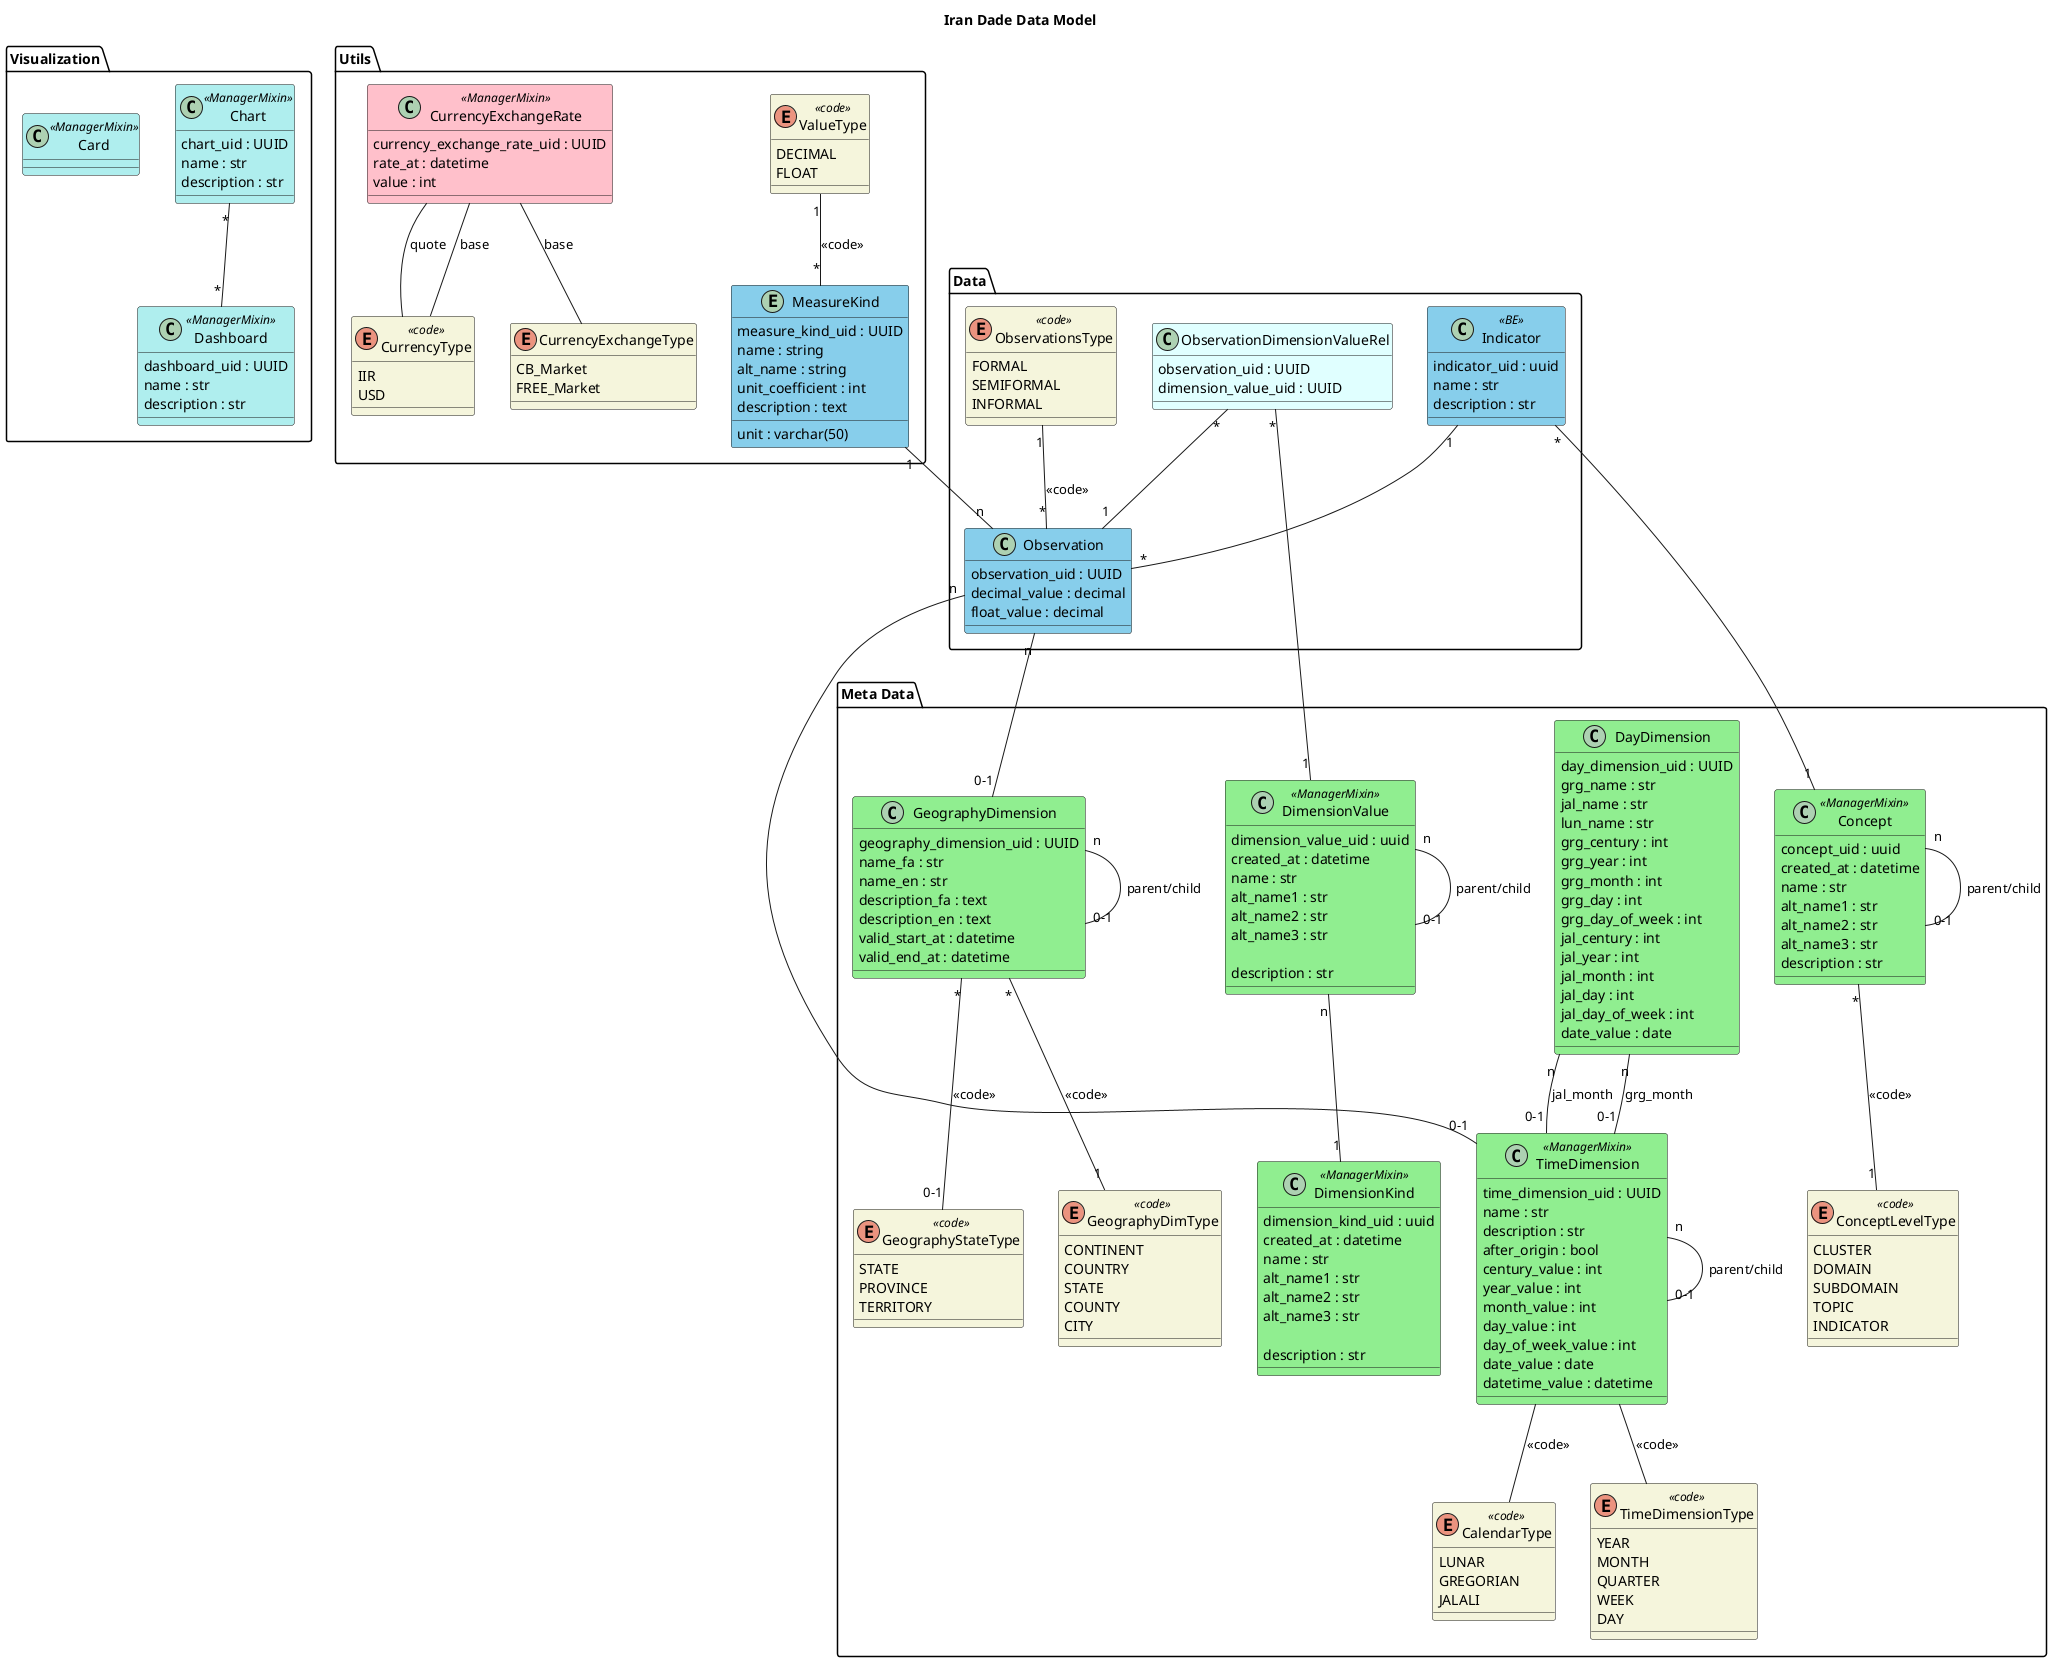
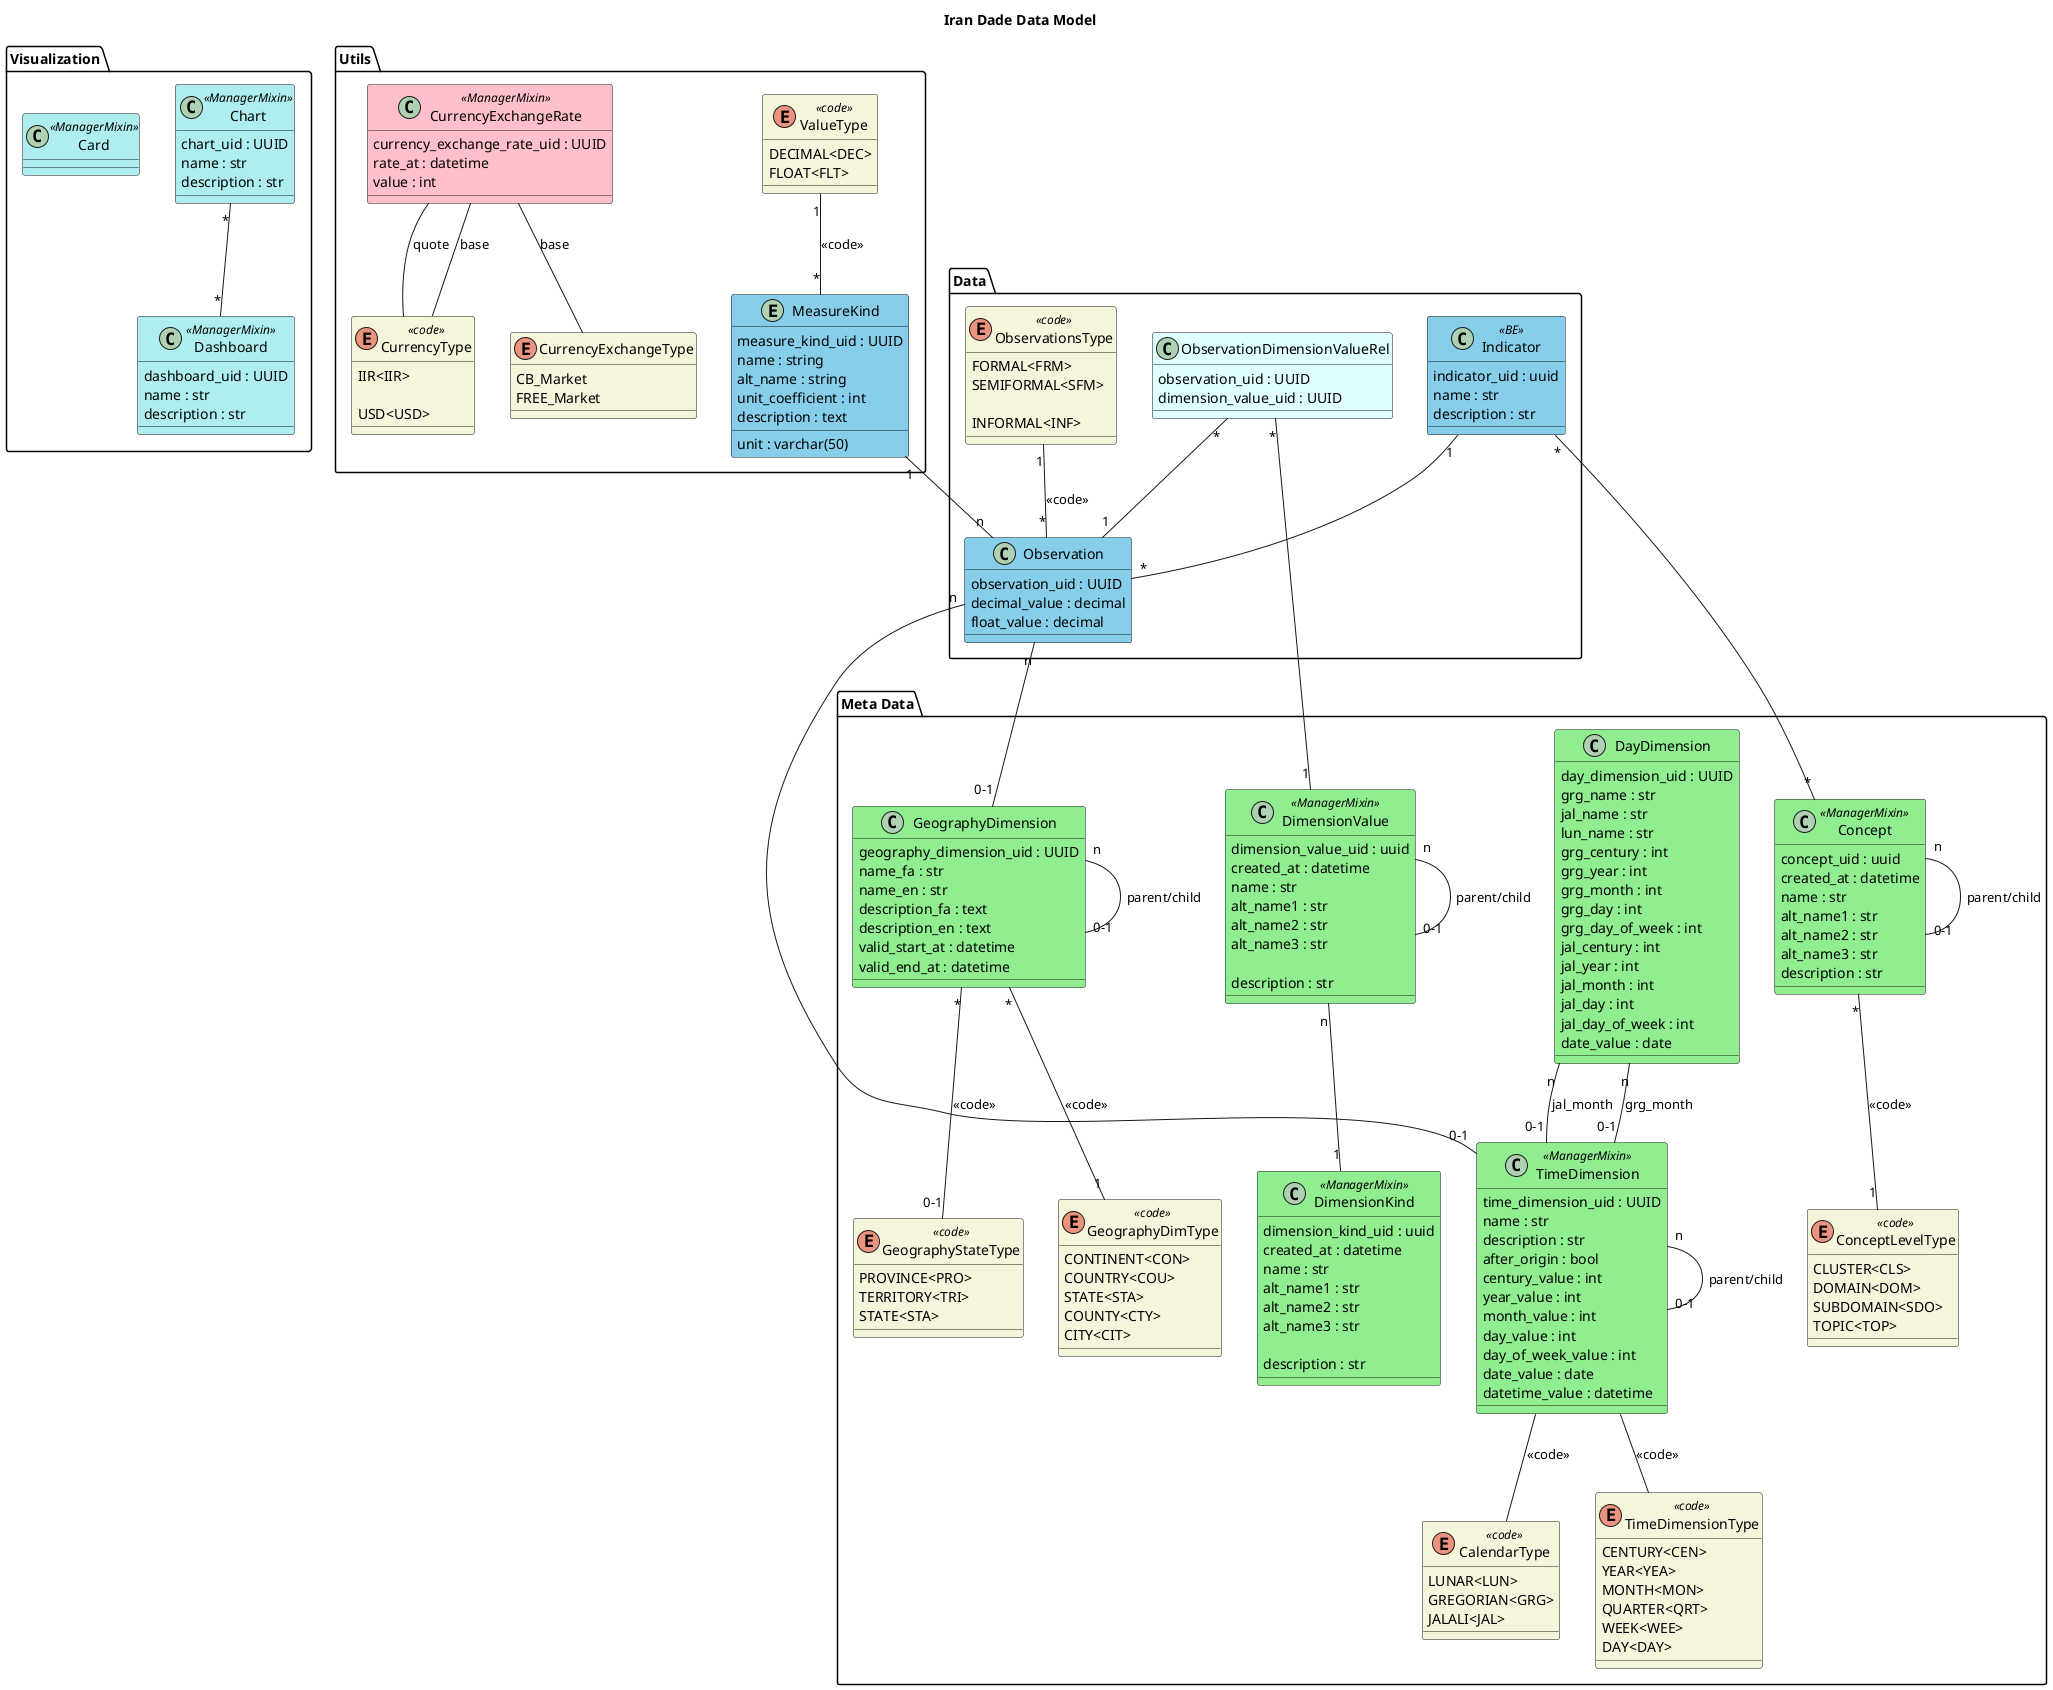
@startuml
title Iran Dade Data Model


package "Visualization" as visualization_package{

    class Chart  <<ManagerMixin>> #paleturquoise{
        chart_uid : UUID
        name : str
        description : str
    }

    class Dashboard  <<ManagerMixin>> #paleturquoise{
        dashboard_uid : UUID
        name : str
        description : str
    }

    class Card <<ManagerMixin>> #paleturquoise{

    }

    Chart "*" -- "*" Dashboard
}




package Utils{
' Kind of measure used for observation
    entity MeasureKind  #skyblue {
      measure_kind_uid : UUID
      name : string
      alt_name : string
      unit : varchar(50)
      unit_coefficient : int
      description : text
    }



    enum   CurrencyType <<code>> #beige{
-         IIR
-         USD
+         IIR<IIR>
+ 
+         USD<USD>
+ 

    }




    enum ValueType <<code>> #beige{
-       DECIMAL
-       FLOAT
+        DECIMAL<DEC>
+        FLOAT<FLT>
+ 
    }


    MeasureKind "*"-up-"1" ValueType : <<code>>

    enum   CurrencyExchangeType #beige{
        CB_Market
        FREE_Market

    }
    class CurrencyExchangeRate <<ManagerMixin>>  #pink{
        currency_exchange_rate_uid : UUID
        rate_at : datetime
        value : int

    }

    CurrencyExchangeRate -- CurrencyExchangeType : base
    CurrencyExchangeRate -- CurrencyType : base
    CurrencyExchangeRate -- CurrencyType : quote

}



package "Meta Data" as metadata_package{

    class GeographyDimension #lightgreen{
        geography_dimension_uid : UUID
        name_fa : str
        name_en : str
        description_fa : text
        description_en : text
        valid_start_at : datetime
        valid_end_at : datetime
    }

    enum GeographyStateType <<code>> #beige{
-         STATE
-         PROVINCE
-         TERRITORY
+         PROVINCE<PRO>
+         TERRITORY<TRI>
+         STATE<STA>
+ 

    }
    enum GeographyDimType <<code>> #beige{
-         CONTINENT
-         COUNTRY
-         STATE
-         COUNTY
-         CITY
+ 
+         CONTINENT<CON>
+         COUNTRY<COU>
+         STATE<STA>
+         COUNTY<CTY>
+         CITY<CIT>
    }

    GeographyDimension "*"--"1" GeographyDimType : <<code>>
    GeographyDimension "*"--"0-1" GeographyStateType : <<code>>

    GeographyDimension "n"--"0-1" GeographyDimension : parent/child

    class TimeDimension  <<ManagerMixin>> #lightgreen{
        time_dimension_uid : UUID
        name : str
        description : str
        after_origin : bool
        century_value : int
        year_value : int
        month_value : int
        day_value : int
        day_of_week_value : int
        date_value : date
        datetime_value : datetime
    }

    TimeDimension "n"--"0-1" TimeDimension : parent/child

    class DayDimension #lightgreen{
        day_dimension_uid : UUID
        grg_name : str
        jal_name : str
        lun_name : str
        grg_century : int
        grg_year : int
        grg_month : int
        grg_day : int
        grg_day_of_week : int
        jal_century : int
        jal_year : int
        jal_month : int
        jal_day : int
        jal_day_of_week : int
        date_value : date
    }

DayDimension "n" -- "0-1" TimeDimension : grg_month
DayDimension "n" -- "0-1" TimeDimension : jal_month

    enum CalendarType <<code>> #beige{
-         LUNAR
-         GREGORIAN
-         JALALI
+ 
+         LUNAR<LUN>
+         GREGORIAN<GRG>
+         JALALI<JAL>
+ 
    }

    TimeDimension -- CalendarType : <<code>>
    enum TimeDimensionType <<code>> #beige{
-         YEAR
-         MONTH
-         QUARTER
-         WEEK
-         DAY
+ 
+ 
+         CENTURY<CEN>
+         YEAR<YEA>
+         MONTH<MON>
+         QUARTER<QRT>
+         WEEK<WEE>
+         DAY<DAY>

    }





    TimeDimension -- TimeDimensionType : <<code>>


    enum ConceptLevelType <<code>> #beige{
-         CLUSTER
-         DOMAIN
-         SUBDOMAIN
-         TOPIC
-         INDICATOR
- 
-     }
- 
- 
+         CLUSTER<CLS>
+         DOMAIN<DOM>
+         SUBDOMAIN<SDO>
+         TOPIC<TOP>
+ 
+ 
+     }
+ 
+     ' Concept
+     ' A conceptual topic or subject area used to organize knowledge.
+     ' Concepts represent what is being studied or analyzed
+     ' levels are in ConceptLevelType
+     ' (e.g., Inflation, Unemployment, GDP, Poverty).
    class Concept  <<ManagerMixin>> #lightgreen{
        concept_uid : uuid
        created_at : datetime
        name : str
        alt_name1 : str
        alt_name2 : str
        alt_name3 : str
        description : str
    }

    Concept "*"--"1" ConceptLevelType : <<code>>

    Concept "n"--"0-1" Concept : parent/child

+     ' Dimension Kind
+     ' Defines a classification axis used to segment or analyze
+     ' measures.
+     ' Time  Dimensions exceptionally managed in DayDimension,TimeDimension
+     ' Geography  Dimensions exceptionally managed in GeographyDimension
+     ' Dimension kinds describe the type of breakdown, such as:
+     ' - Gender
+     ' - Age Group
+ 

    class DimensionKind  <<ManagerMixin>> #lightgreen{
        dimension_kind_uid : uuid
        created_at : datetime
        name : str
        alt_name1 : str
        alt_name2 : str
        alt_name3 : str

        description : str
    }


- 
+     ' Dimension Value
+     ' A specific member of a dimension kind.
+     '
+     ' Dimension values provide the actual category used in a
+     ' measure breakdown.
+     '
+     ' Examples:
+     ' Dimension Kind: Geography
+     ' Values: Iran, Tehran Province, Isfahan Province
+     '
+     ' Dimension Kind: Gender
+     ' Values: Male, Female
    class DimensionValue  <<ManagerMixin>> #lightgreen{
        dimension_value_uid : uuid
        created_at : datetime
        name : str
        alt_name1 : str
        alt_name2 : str
        alt_name3 : str

        description : str
    }



   DimensionValue "n"--"1" DimensionKind
   DimensionValue "n"--"0-1" DimensionValue :parent/child





}


package "Data" as data_package{




- 'main number value will stored here
+ ' Observation
+ ' A quantitative observation of an indicator for a specific
+ ' time period and dimensional context.
+ '
+ ' A Observation contains the actual reported value together with
+ ' its unit, methodology, source, and dimensional breakdowns.
+ '
+ ' Example:
+ ' Inflation Rate = 35.2%
+ ' Country = Iran
+ ' Year = 2024
    class Observation #skyblue {
      observation_uid : UUID
      decimal_value : decimal
      float_value : decimal
    }



    enum ObservationsType <<code>> #beige{
-         FORMAL
-         SEMIFORMAL
-         INFORMAL
+         FORMAL<FRM>
+         SEMIFORMAL<SFM>
+ 
+         INFORMAL<INF>

    }

    Observation "*"-up-"1" ObservationsType : <<code>>

- '    set of observations
+ ' Indicator
+ ' A measurable statistical indicator associated with a concept.
+ ' Indicators define what is observed or reported and may
+ ' be represented by one or more measures over time.
+ ' list of data will be stored in observation
+ '
+ ' Examples:
+ ' - Inflation Rate
+ ' - Unemployment Rate
+ ' - GDP Growth Rate
    class Indicator<<BE>> #skyblue{
        indicator_uid : uuid
        name : str
        description : str
    }

    class ObservationDimensionValueRel #lightcyan{
        observation_uid : UUID
        dimension_value_uid : UUID
    }

    ObservationDimensionValueRel "*" -- "1" Observation
    ObservationDimensionValueRel "*" -- "1" DimensionValue
    Observation "n"-down-"0-1" GeographyDimension
    Observation "n"-down-"0-1" TimeDimension

    MeasureKind "1"--"n" Observation

}






Observation "*" -up- "1" Indicator

- Indicator "*"--"1" Concept
+ Indicator "*"--"*" Concept

@enduml